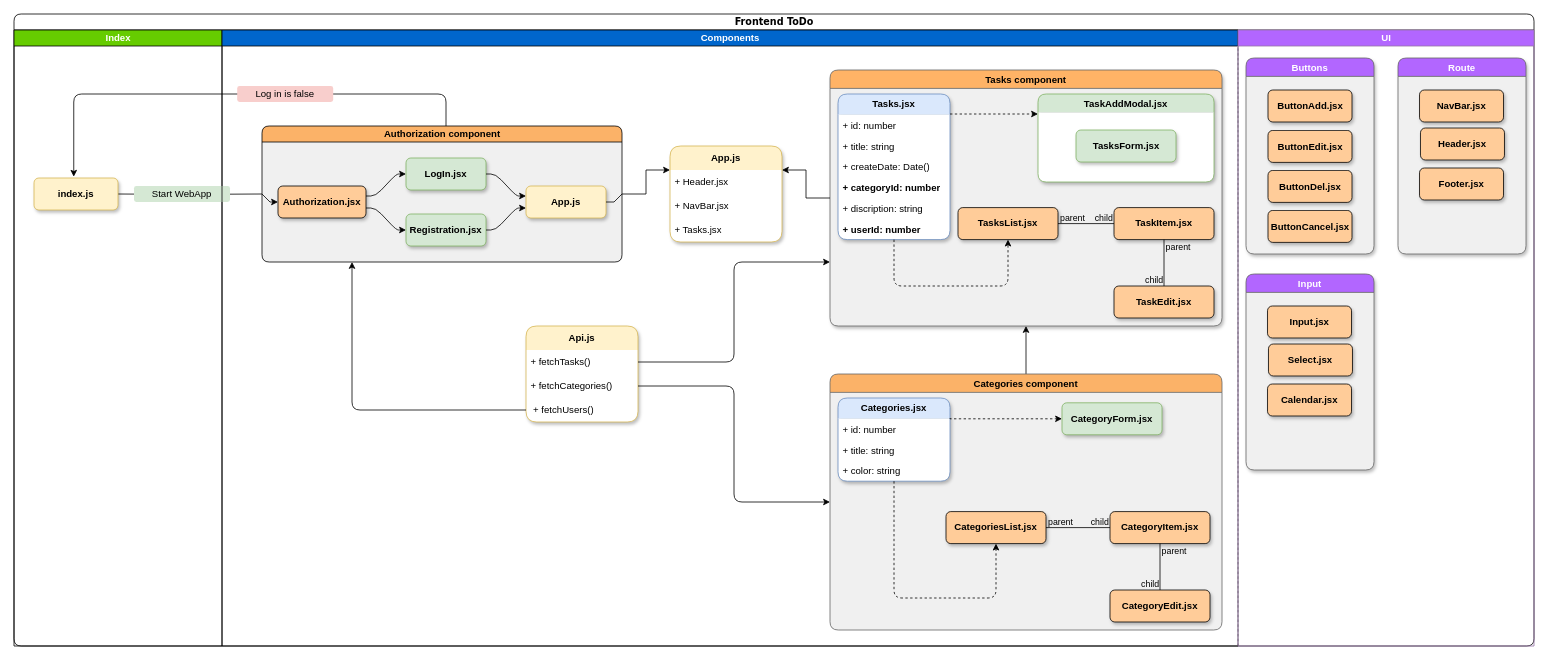
Above: todo_reactjs.drawio in BesPredel63/todo_reactjs (draw.io), before the change. Source tidied: cells renumbered, new cells numbered last; positions are measured from the earlier drawing's top-left corner, leaving out a move shared by most shapes. Both pictures are drawn from the tidied source at 80%, with x=0, y=0 at pixel (14, 14).
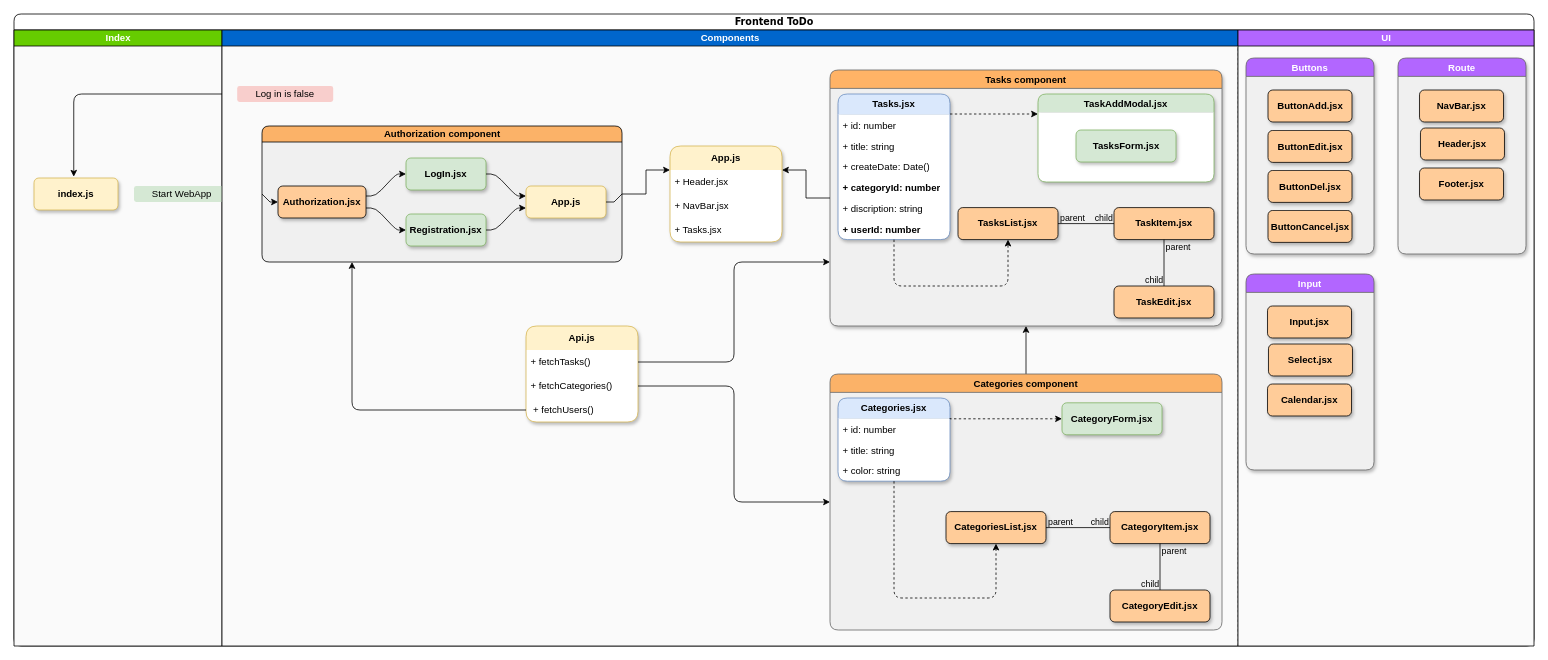
The same page after the edit.

Commit message:
Корректировки по дизайну

Unchanged cells that the change refers to:
```xml
<mxCell id="2" value="&lt;font color=&quot;#000000&quot;&gt;Frontend ToDo&lt;/font&gt;" style="swimlane;html=1;startSize=20;rounded=1;shadow=0;comic=0;labelBackgroundColor=none;strokeWidth=1;fontFamily=Verdana;fontSize=12;align=center;fontColor=#FFFFFF;" parent="1" vertex="1">
  <mxGeometry width="1900" height="790" as="geometry" />
</mxCell>
```

Diff of the diagram source:
```diff
@@
-    <mxCell id="4" value="Index" style="swimlane;html=1;startSize=20;fillColor=#66CC00;fontColor=#FFFFFF;" parent="2" vertex="1">
+    <mxCell id="4" value="Index" style="swimlane;html=1;startSize=20;fillColor=#66CC00;fontColor=#FFFFFF;swimlaneFillColor=#FAFAFA;strokeColor=default;" parent="2" vertex="1">
       <mxGeometry y="20" width="260" height="770" as="geometry" />
     </mxCell>
@@
-    <mxCell id="8" value="&lt;font&gt;Components&lt;/font&gt;" style="swimlane;html=1;startSize=20;overflow=visible;fillStyle=auto;separatorColor=#F5F5F5;gradientColor=none;swimlaneFillColor=none;fontColor=#FFFFFF;fillColor=#0066CC;rounded=0;" parent="2" vertex="1">
+    <mxCell id="8" value="&lt;font&gt;Components&lt;/font&gt;" style="swimlane;html=1;startSize=20;overflow=visible;fillStyle=auto;separatorColor=#F5F5F5;gradientColor=none;swimlaneFillColor=#FAFAFA;fontColor=#FFFFFF;fillColor=#0066CC;rounded=0;strokeColor=default;" parent="2" vertex="1">
       <mxGeometry x="260" y="20" width="1270" height="770" as="geometry" />
     </mxCell>
@@
-    <mxCell id="67" value="UI" style="swimlane;html=1;startSize=20;fillColor=#B266FF;strokeColor=#9673a6;fontColor=#FFFFFF;noLabel=0;fixDash=0;" parent="2" vertex="1">
+    <mxCell id="67" value="UI" style="swimlane;html=1;startSize=20;fillColor=#B266FF;strokeColor=default;fontColor=#FFFFFF;noLabel=0;fixDash=0;swimlaneFillColor=#FAFAFA;" parent="2" vertex="1">
       <mxGeometry x="1530" y="20" width="370" height="770" as="geometry" />
     </mxCell>
```
